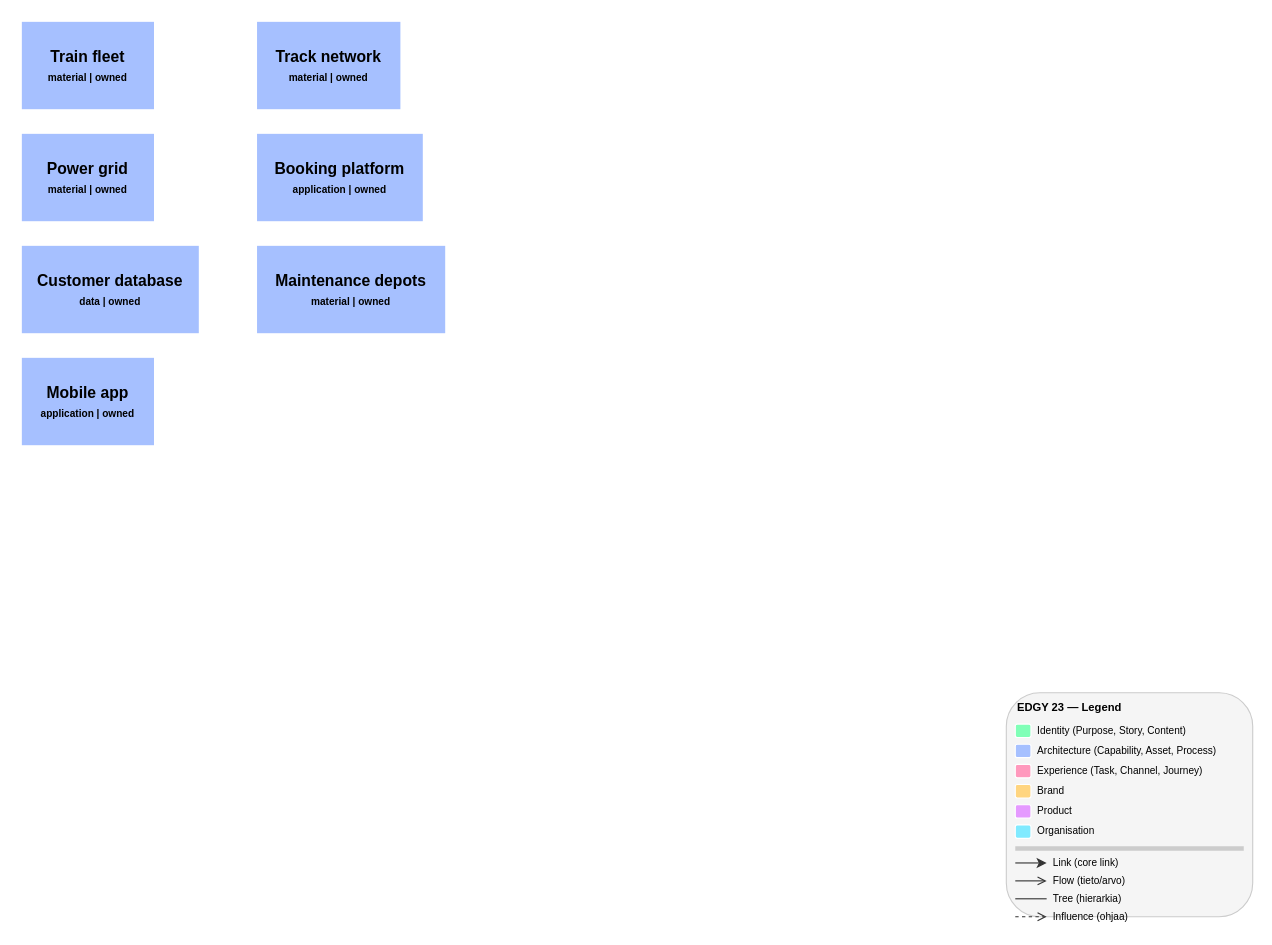
The draw.io diagram skills/documentation/edgy-diagram/examples/expected-asset.drawio in Rahola/edgy-skills, before the edit. Source tidied: cells renumbered, new cells numbered last; positions are measured from the earlier drawing's top-left corner, leaving out a move shared by most shapes. Both pictures are drawn from the tidied source at 112%, with x=0, y=0 at pixel (20, 20).
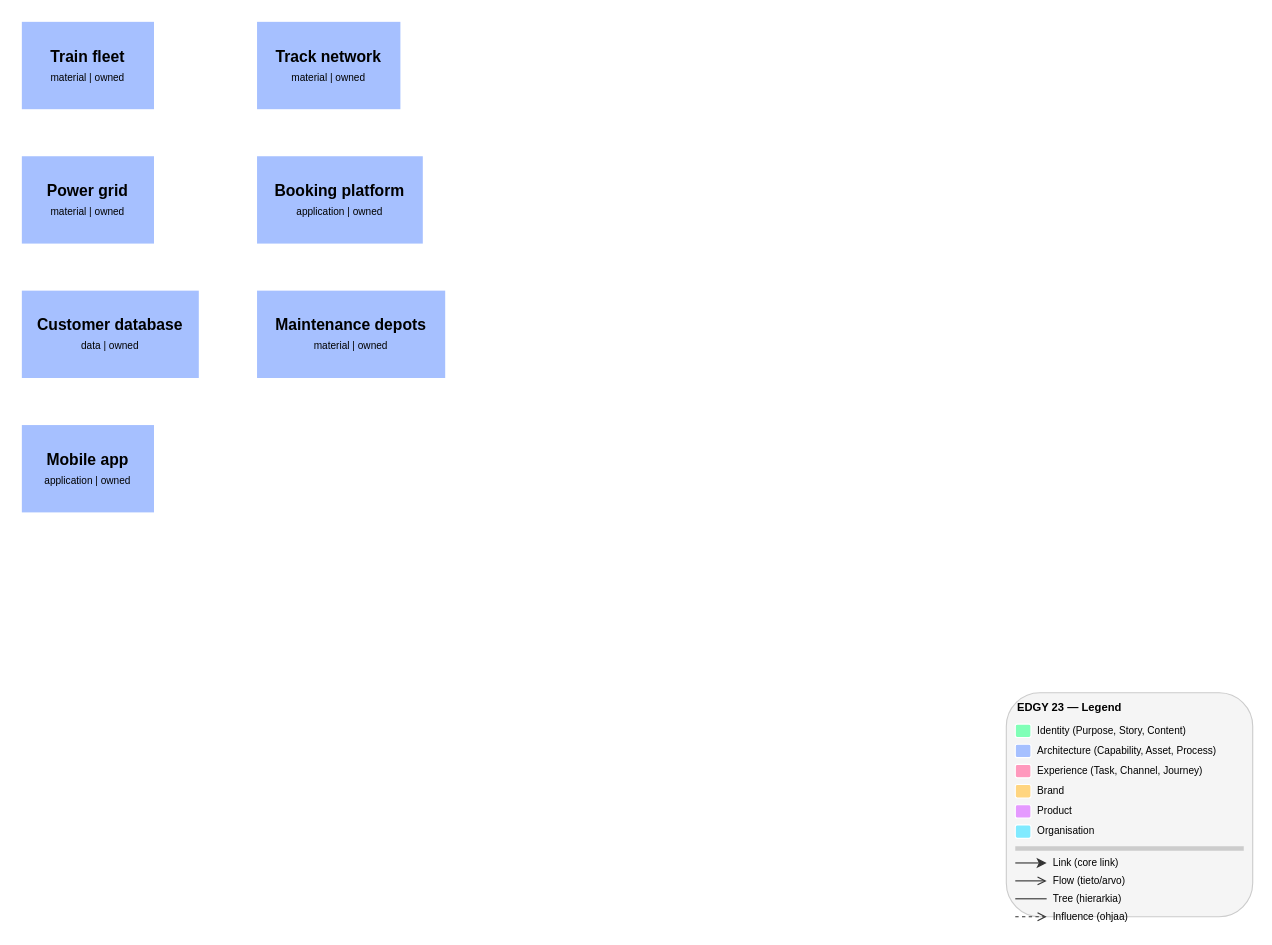
After the change.

Diff of the diagram source:
```diff
@@
-    <mxCell id="2" value="&lt;b&gt;Train fleet&lt;/b&gt;&lt;br&gt;&lt;font style=&quot;font-size:9px&quot;&gt;material | owned&lt;/font&gt;" style="whiteSpace=wrap;html=1;fillColor=#a6c0ff;strokeColor=#FFFFFF;strokeWidth=2;verticalAlign=middle;fontStyle=1;fontSize=14;" parent="1" vertex="1">
+    <mxCell id="2" value="&lt;b&gt;Train fleet&lt;/b&gt;&lt;br&gt;&lt;font style=&quot;font-size:9px;font-weight:normal&quot;&gt;material | owned&lt;/font&gt;" style="whiteSpace=wrap;html=1;fillColor=#a6c0ff;strokeColor=#FFFFFF;strokeWidth=2;verticalAlign=middle;fontStyle=1;fontSize=14;" parent="1" vertex="1">
       <mxGeometry width="120" height="80" as="geometry" />
     </mxCell>
-    <mxCell id="3" value="&lt;b&gt;Track network&lt;/b&gt;&lt;br&gt;&lt;font style=&quot;font-size:9px&quot;&gt;material | owned&lt;/font&gt;" style="whiteSpace=wrap;html=1;fillColor=#a6c0ff;strokeColor=#FFFFFF;strokeWidth=2;verticalAlign=middle;fontStyle=1;fontSize=14;" parent="1" vertex="1">
+    <mxCell id="3" value="&lt;b&gt;Track network&lt;/b&gt;&lt;br&gt;&lt;font style=&quot;font-size:9px;font-weight:normal&quot;&gt;material | owned&lt;/font&gt;" style="whiteSpace=wrap;html=1;fillColor=#a6c0ff;strokeColor=#FFFFFF;strokeWidth=2;verticalAlign=middle;fontStyle=1;fontSize=14;" parent="1" vertex="1">
       <mxGeometry x="210" width="130" height="80" as="geometry" />
     </mxCell>
-    <mxCell id="4" value="&lt;b&gt;Power grid&lt;/b&gt;&lt;br&gt;&lt;font style=&quot;font-size:9px&quot;&gt;material | owned&lt;/font&gt;" style="whiteSpace=wrap;html=1;fillColor=#a6c0ff;strokeColor=#FFFFFF;strokeWidth=2;verticalAlign=middle;fontStyle=1;fontSize=14;" parent="1" vertex="1">
-      <mxGeometry y="100" width="120" height="80" as="geometry" />
+    <mxCell id="4" value="&lt;b&gt;Power grid&lt;/b&gt;&lt;br&gt;&lt;font style=&quot;font-size:9px;font-weight:normal&quot;&gt;material | owned&lt;/font&gt;" style="whiteSpace=wrap;html=1;fillColor=#a6c0ff;strokeColor=#FFFFFF;strokeWidth=2;verticalAlign=middle;fontStyle=1;fontSize=14;" parent="1" vertex="1">
+      <mxGeometry y="120" width="120" height="80" as="geometry" />
     </mxCell>
-    <mxCell id="5" value="&lt;b&gt;Booking platform&lt;/b&gt;&lt;br&gt;&lt;font style=&quot;font-size:9px&quot;&gt;application | owned&lt;/font&gt;" style="whiteSpace=wrap;html=1;fillColor=#a6c0ff;strokeColor=#FFFFFF;strokeWidth=2;verticalAlign=middle;fontStyle=1;fontSize=14;" parent="1" vertex="1">
-      <mxGeometry x="210" y="100" width="150" height="80" as="geometry" />
+    <mxCell id="5" value="&lt;b&gt;Booking platform&lt;/b&gt;&lt;br&gt;&lt;font style=&quot;font-size:9px;font-weight:normal&quot;&gt;application | owned&lt;/font&gt;" style="whiteSpace=wrap;html=1;fillColor=#a6c0ff;strokeColor=#FFFFFF;strokeWidth=2;verticalAlign=middle;fontStyle=1;fontSize=14;" parent="1" vertex="1">
+      <mxGeometry x="210" y="120" width="150" height="80" as="geometry" />
     </mxCell>
-    <mxCell id="6" value="&lt;b&gt;Customer database&lt;/b&gt;&lt;br&gt;&lt;font style=&quot;font-size:9px&quot;&gt;data | owned&lt;/font&gt;" style="whiteSpace=wrap;html=1;fillColor=#a6c0ff;strokeColor=#FFFFFF;strokeWidth=2;verticalAlign=middle;fontStyle=1;fontSize=14;" parent="1" vertex="1">
-      <mxGeometry y="200" width="160" height="80" as="geometry" />
+    <mxCell id="6" value="&lt;b&gt;Customer database&lt;/b&gt;&lt;br&gt;&lt;font style=&quot;font-size:9px;font-weight:normal&quot;&gt;data | owned&lt;/font&gt;" style="whiteSpace=wrap;html=1;fillColor=#a6c0ff;strokeColor=#FFFFFF;strokeWidth=2;verticalAlign=middle;fontStyle=1;fontSize=14;" parent="1" vertex="1">
+      <mxGeometry y="240" width="160" height="80" as="geometry" />
     </mxCell>
-    <mxCell id="7" value="&lt;b&gt;Maintenance depots&lt;/b&gt;&lt;br&gt;&lt;font style=&quot;font-size:9px&quot;&gt;material | owned&lt;/font&gt;" style="whiteSpace=wrap;html=1;fillColor=#a6c0ff;strokeColor=#FFFFFF;strokeWidth=2;verticalAlign=middle;fontStyle=1;fontSize=14;" parent="1" vertex="1">
-      <mxGeometry x="210" y="200" width="170" height="80" as="geometry" />
+    <mxCell id="7" value="&lt;b&gt;Maintenance depots&lt;/b&gt;&lt;br&gt;&lt;font style=&quot;font-size:9px;font-weight:normal&quot;&gt;material | owned&lt;/font&gt;" style="whiteSpace=wrap;html=1;fillColor=#a6c0ff;strokeColor=#FFFFFF;strokeWidth=2;verticalAlign=middle;fontStyle=1;fontSize=14;" parent="1" vertex="1">
+      <mxGeometry x="210" y="240" width="170" height="80" as="geometry" />
     </mxCell>
-    <mxCell id="8" value="&lt;b&gt;Mobile app&lt;/b&gt;&lt;br&gt;&lt;font style=&quot;font-size:9px&quot;&gt;application | owned&lt;/font&gt;" style="whiteSpace=wrap;html=1;fillColor=#a6c0ff;strokeColor=#FFFFFF;strokeWidth=2;verticalAlign=middle;fontStyle=1;fontSize=14;" parent="1" vertex="1">
-      <mxGeometry y="300" width="120" height="80" as="geometry" />
+    <mxCell id="8" value="&lt;b&gt;Mobile app&lt;/b&gt;&lt;br&gt;&lt;font style=&quot;font-size:9px;font-weight:normal&quot;&gt;application | owned&lt;/font&gt;" style="whiteSpace=wrap;html=1;fillColor=#a6c0ff;strokeColor=#FFFFFF;strokeWidth=2;verticalAlign=middle;fontStyle=1;fontSize=14;" parent="1" vertex="1">
+      <mxGeometry y="360" width="120" height="80" as="geometry" />
     </mxCell>
```
